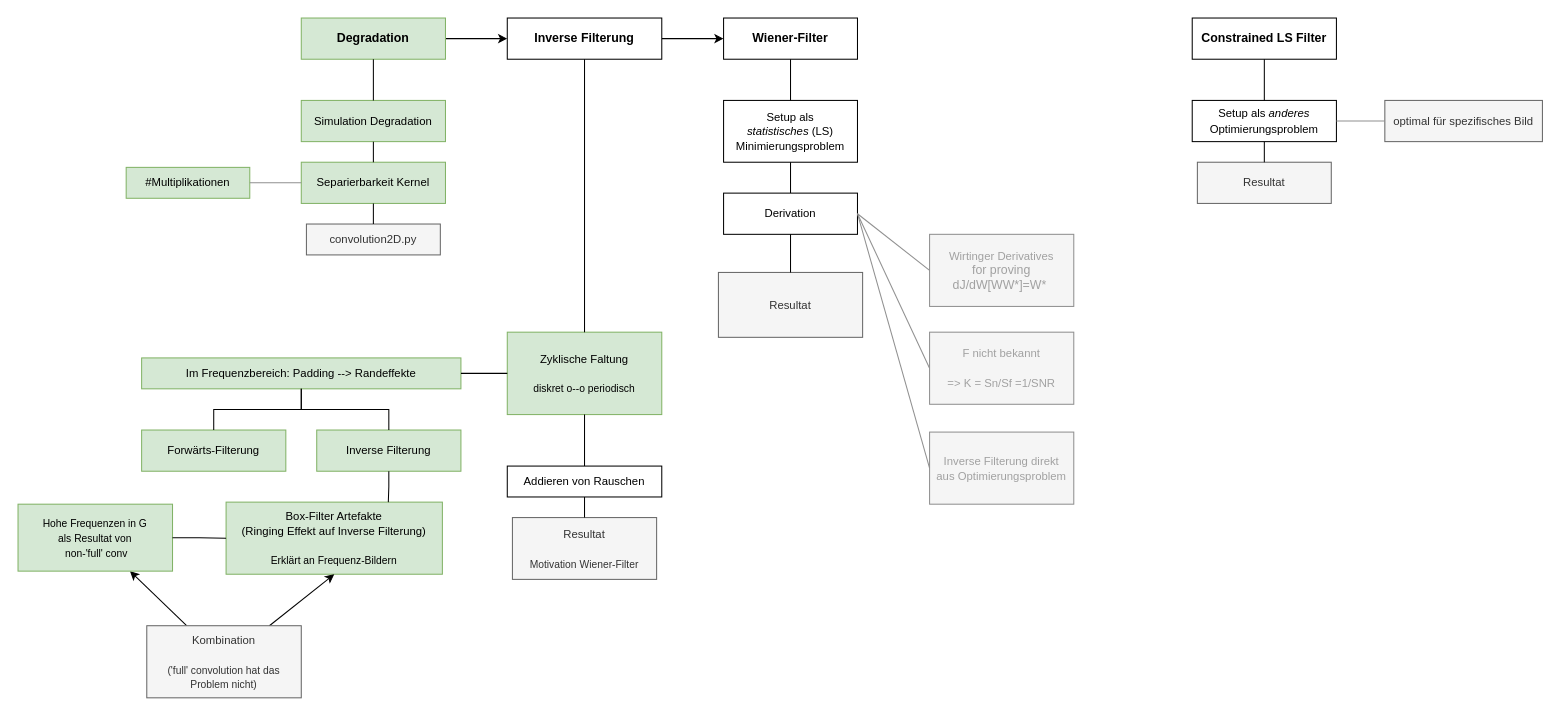
This is doc/ppt/presentation_brainstorming.drawio from ayomeer/wiener-filter, a draw.io file, before an edit. Source tidied: cells renumbered, new cells numbered last; positions are measured from the earlier drawing's top-left corner, leaving out a move shared by most shapes. Both pictures are drawn from the tidied source at 103%, with x=0, y=0 at pixel (18, 18).
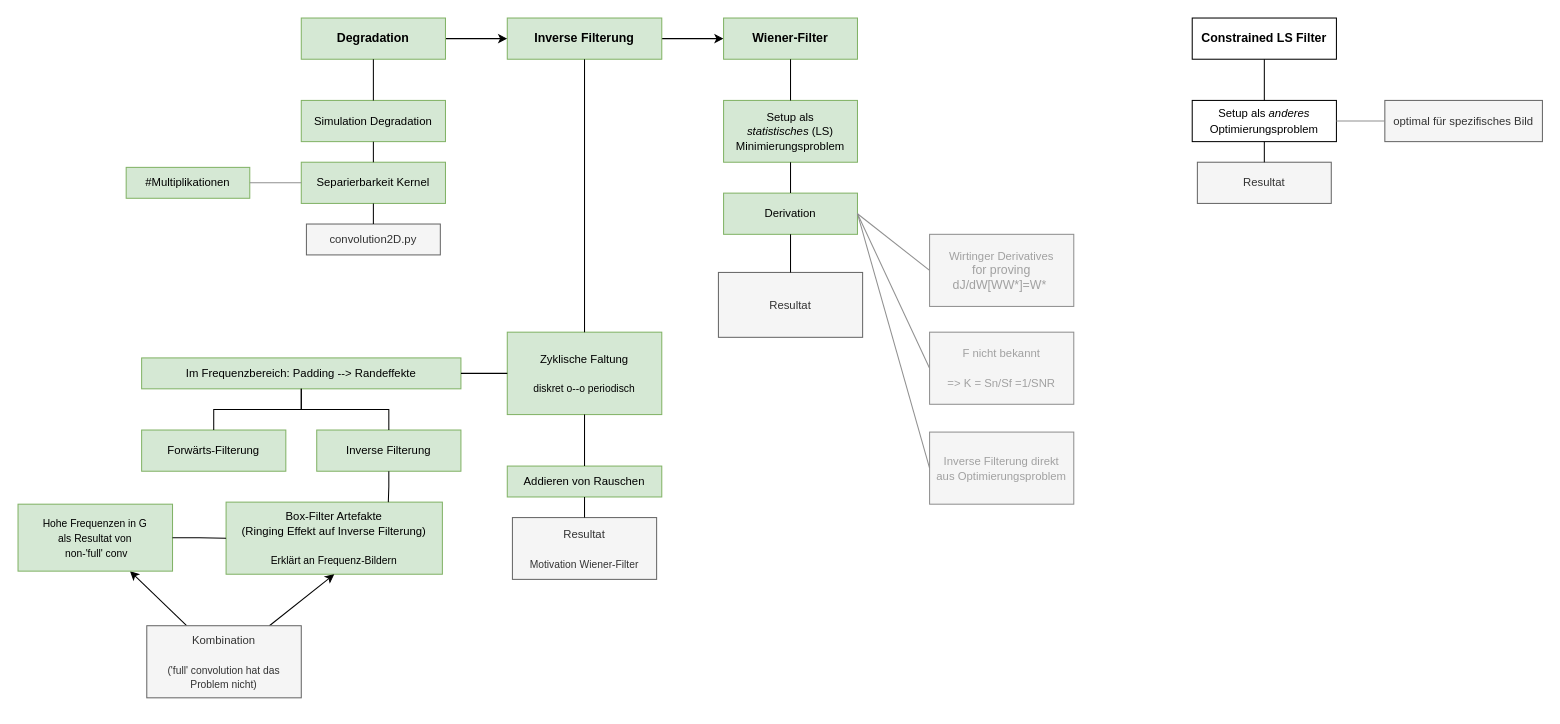
Above is the later version.

What changed in the source:
```diff
@@
-    <mxCell id="3" value="&lt;b&gt;Inverse Filterung&lt;/b&gt;" style="rounded=0;whiteSpace=wrap;html=1;" parent="1" vertex="1">
+    <mxCell id="3" value="&lt;b&gt;Inverse Filterung&lt;/b&gt;" style="rounded=0;whiteSpace=wrap;html=1;fillColor=#d5e8d4;strokeColor=#82b366;" parent="1" vertex="1">
       <mxGeometry x="475" width="150" height="40" as="geometry" />
     </mxCell>
@@
-    <mxCell id="11" value="&lt;font style=&quot;font-size: 11px;&quot;&gt;Addieren von Rauschen&lt;br&gt;&lt;/font&gt;" style="rounded=0;whiteSpace=wrap;html=1;" parent="1" vertex="1">
+    <mxCell id="11" value="&lt;font style=&quot;font-size: 11px;&quot;&gt;Addieren von Rauschen&lt;br&gt;&lt;/font&gt;" style="rounded=0;whiteSpace=wrap;html=1;fillColor=#d5e8d4;strokeColor=#82b366;" parent="1" vertex="1">
       <mxGeometry x="475" y="435" width="150" height="30" as="geometry" />
     </mxCell>
-    <mxCell id="12" value="&lt;b&gt;Wiener-Filter&lt;/b&gt;" style="rounded=0;whiteSpace=wrap;html=1;" parent="1" vertex="1">
+    <mxCell id="12" value="&lt;b&gt;Wiener-Filter&lt;/b&gt;" style="rounded=0;whiteSpace=wrap;html=1;fillColor=#d5e8d4;strokeColor=#82b366;" parent="1" vertex="1">
       <mxGeometry x="685" width="130" height="40" as="geometry" />
     </mxCell>
-    <mxCell id="13" value="&lt;font style=&quot;font-size: 11px;&quot;&gt;Setup als &lt;i&gt;statistisches&amp;nbsp;&lt;/i&gt;(LS) Minimierungsproblem&lt;br&gt;&lt;/font&gt;" style="rounded=0;whiteSpace=wrap;html=1;" parent="1" vertex="1">
+    <mxCell id="13" value="&lt;font style=&quot;font-size: 11px;&quot;&gt;Setup als &lt;i&gt;statistisches&amp;nbsp;&lt;/i&gt;(LS) Minimierungsproblem&lt;br&gt;&lt;/font&gt;" style="rounded=0;whiteSpace=wrap;html=1;fillColor=#d5e8d4;strokeColor=#82b366;" parent="1" vertex="1">
       <mxGeometry x="685" y="80" width="130" height="60" as="geometry" />
     </mxCell>
@@
-    <mxCell id="15" value="&lt;font style=&quot;font-size: 11px;&quot;&gt;Derivation&lt;br&gt;&lt;/font&gt;" style="rounded=0;whiteSpace=wrap;html=1;" parent="1" vertex="1">
+    <mxCell id="15" value="&lt;font style=&quot;font-size: 11px;&quot;&gt;Derivation&lt;br&gt;&lt;/font&gt;" style="rounded=0;whiteSpace=wrap;html=1;fillColor=#d5e8d4;strokeColor=#82b366;" parent="1" vertex="1">
       <mxGeometry x="685" y="170" width="130" height="40" as="geometry" />
     </mxCell>
```
